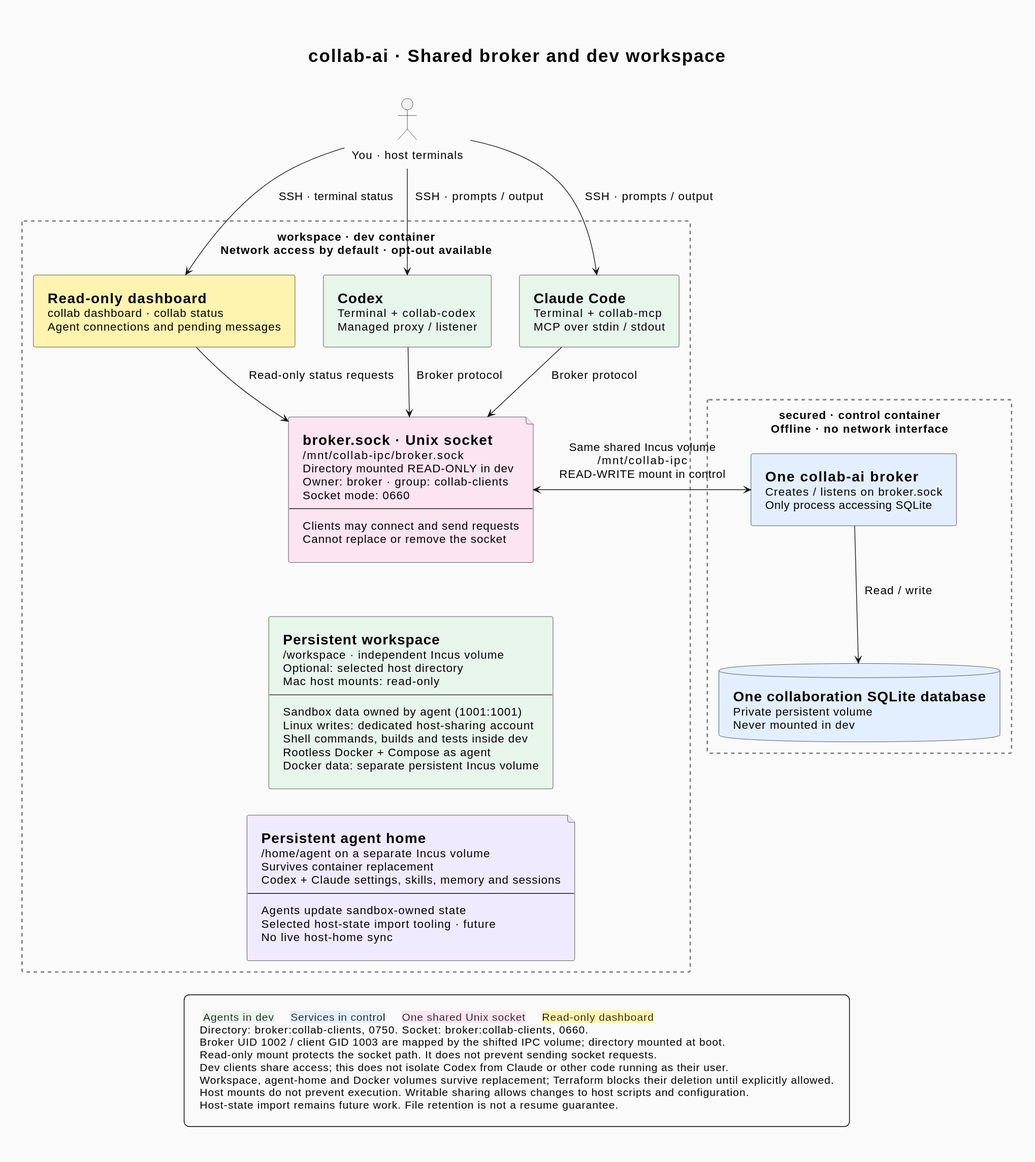
The PlantUML diagram docs/assets/architecture.svg in makarski/collab-ai, before a commit. Its source is kept beside it as docs/assets/architecture.puml.
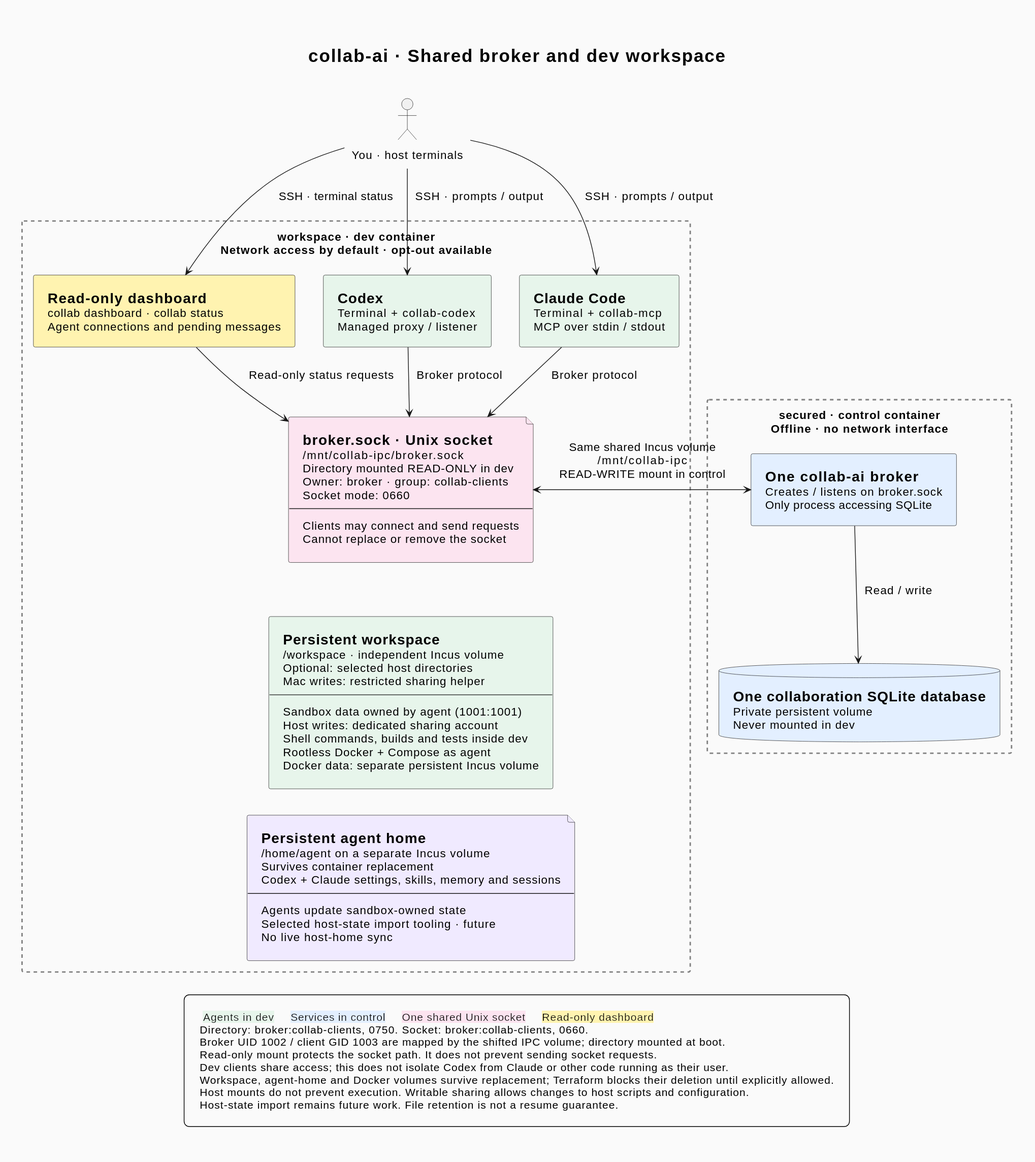
Later version of the same file.

The edit, as a diff of the source:
```diff
@@ -53,7 +53,7 @@
     component "=Read-only dashboard\ncollab dashboard · collab status\nAgent connections and pending messages" as Dashboard <<HumanControl>>
     component "=Codex\nTerminal + collab-codex\nManaged proxy / listener" as Codex <<Dev>>
     component "=Claude Code\nTerminal + collab-mcp\nMCP over stdin / stdout" as Claude <<Dev>>
-    component "=Persistent workspace\n/workspace · independent Incus volume\nOptional: selected host directory\nMac host mounts: read-only\n--\nSandbox data owned by agent (1001:1001)\nLinux writes: dedicated host-sharing account\nShell commands, builds and tests inside dev\nRootless Docker + Compose as agent\nDocker data: separate persistent Incus volume" as Project <<Dev>>
+    component "=Persistent workspace\n/workspace · independent Incus volume\nOptional: selected host directories\nMac writes: restricted sharing helper\n--\nSandbox data owned by agent (1001:1001)\nHost writes: dedicated sharing account\nShell commands, builds and tests inside dev\nRootless Docker + Compose as agent\nDocker data: separate persistent Incus volume" as Project <<Dev>>
     file "=Persistent agent home\n/home/agent on a separate Incus volume\nSurvives container replacement\nCodex + Claude settings, skills, memory and sessions\n--\nAgents update sandbox-owned state\nSelected host-state import tooling · future\nNo live host-home sync" as AgentHome <<Storage>>
     file "=broker.sock · Unix socket\n/mnt/collab-ipc/broker.sock\nDirectory mounted READ-ONLY in dev\nOwner: broker · group: collab-clients\nSocket mode: 0660\n--\nClients may connect and send requests\nCannot replace or remove the socket" as Socket <<Socket>>
 }
```
